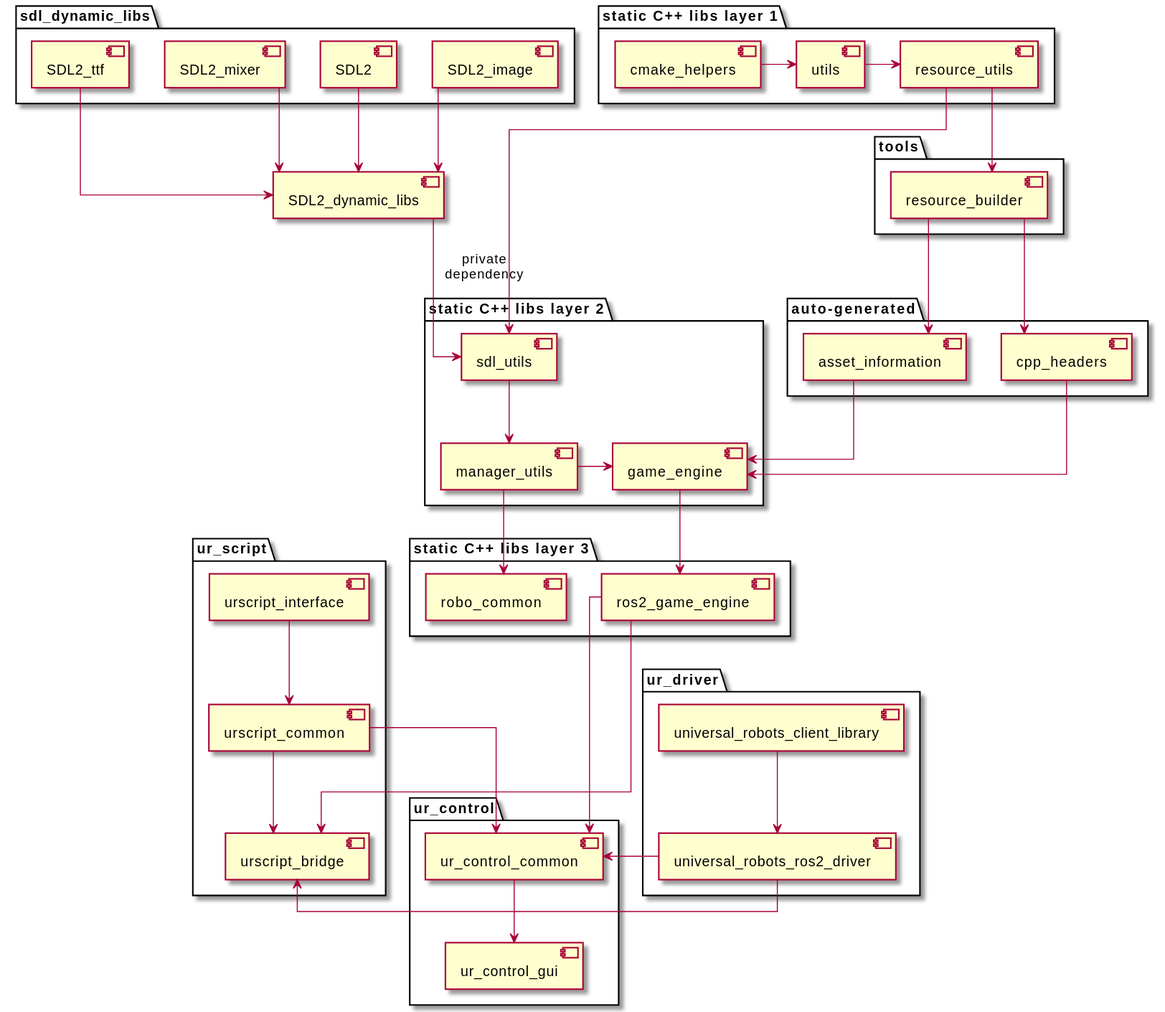
This is doc/hierarchy_diagrams/ur_dev_hierarchy_diagram.svg from zhivkopetrov/robotics_v1, a PlantUML export, as it was before one commit. Its source is kept beside it as doc/hierarchy_diagrams/ur_dev_hierarchy_diagram.plantuml. Its diagram source:
```plantuml
@startuml

skinparam linetype polyline
skinparam linetype ortho

package "static C++ libs layer 1" {
  [cmake_helpers]
  [utils]
  [resource_utils]
}

package "static C++ libs layer 2" {
  [sdl_utils]
  [manager_utils]
  [game_engine]
}

package "static C++ libs layer 3" {
  [ros2_game_engine]
  [robo_common]
}

package "tools" {
  [resource_builder]
}

package "auto-generated" {
  [cpp_headers]
  [asset_information]
}

package "sdl_dynamic_libs" {
  [SDL2]
  [SDL2_image]
  [SDL2_ttf]
  [SDL2_mixer]
}

[SDL2_dynamic_libs]

package "ur_driver" {
  [universal_robots_client_library]
  [universal_robots_ros2_driver]
}

package "ur_script" {
  [urscript_interface]
  [urscript_common]
  [urscript_bridge]
}

package "ur_control" {
  [ur_control_common]
  [ur_control_gui]
}

cmake_helpers -> utils
utils -> resource_utils
resource_utils -u--> sdl_utils
sdl_utils -d-> manager_utils
manager_utils -> game_engine
game_engine -> ros2_game_engine

resource_utils --> resource_builder
resource_builder --> asset_information
resource_builder --> cpp_headers
asset_information --> game_engine
cpp_headers --> game_engine

SDL2 --> SDL2_dynamic_libs
SDL2_image --> SDL2_dynamic_libs
SDL2_ttf --> SDL2_dynamic_libs
SDL2_mixer --> SDL2_dynamic_libs

SDL2_dynamic_libs --> sdl_utils : private\ndependency

manager_utils --> robo_common

universal_robots_client_library --> universal_robots_ros2_driver
universal_robots_ros2_driver -d--> urscript_bridge
universal_robots_ros2_driver -l--> ur_control_common

urscript_interface --> urscript_common
urscript_common --> urscript_bridge
urscript_common --> ur_control_common

ros2_game_engine -d--> urscript_bridge

ros2_game_engine -d--> ur_control_common

ur_control_common --> ur_control_gui

@enduml
```
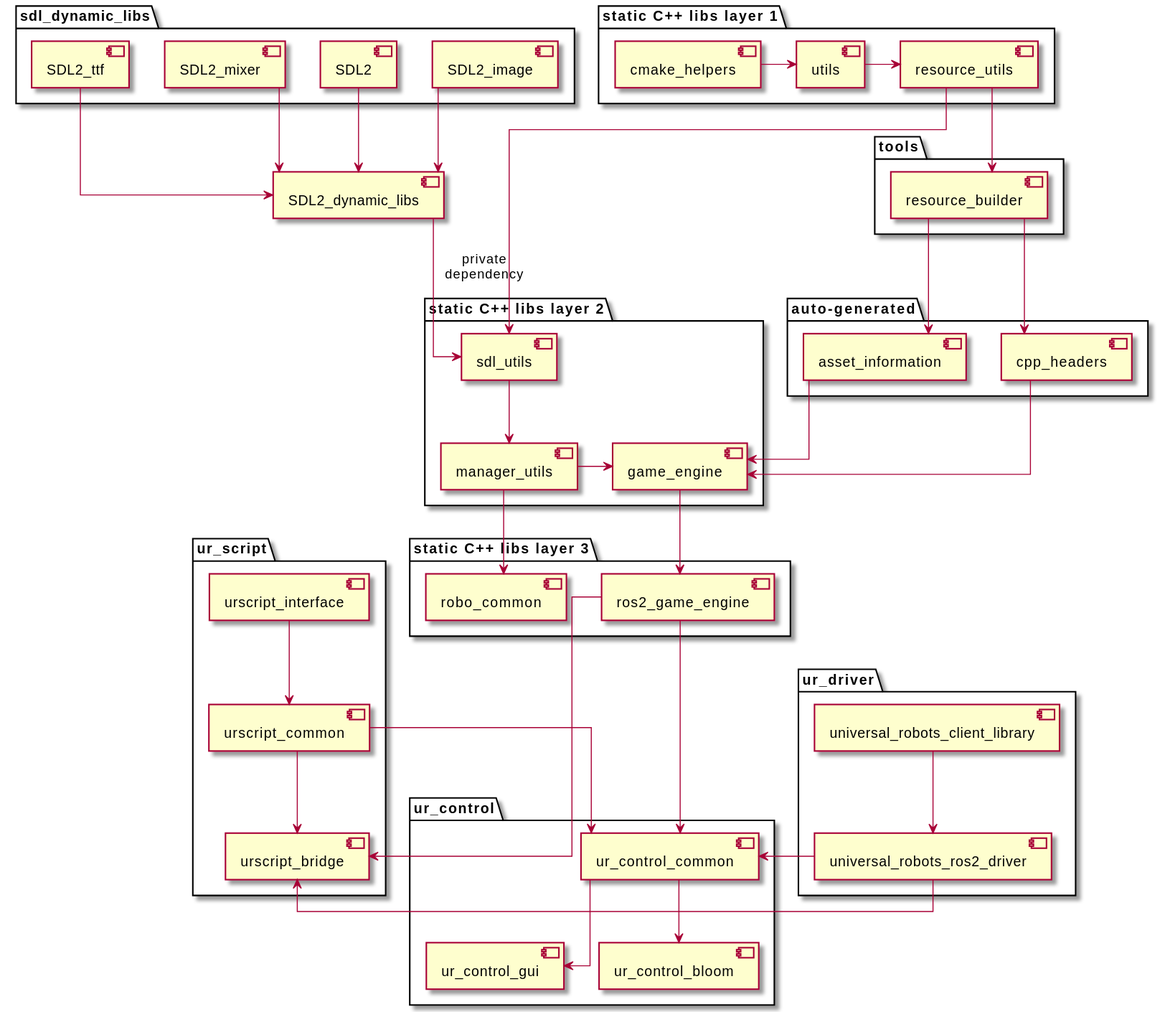
Above is the later version.

Commit message:
docs: updated hierarchy diagrams

What changed in the source:
```diff
@@ -52,6 +52,7 @@
 package "ur_control" {
   [ur_control_common]
   [ur_control_gui]
+  [ur_control_bloom]
 }
 
 cmake_helpers -> utils
@@ -89,5 +90,6 @@
 ros2_game_engine -d--> ur_control_common
 
 ur_control_common --> ur_control_gui
+ur_control_common --> ur_control_bloom
 
 @enduml
```
